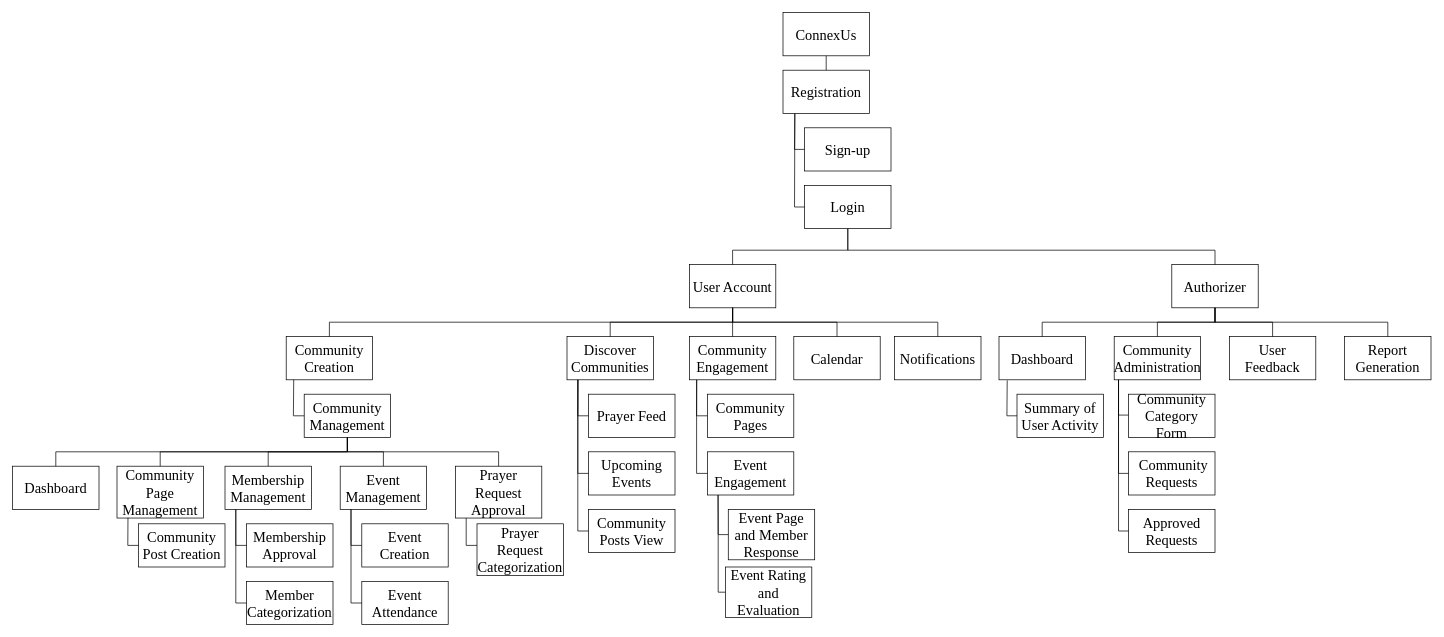
The draw.io diagram page "Decomposition" (2 of 12) of ConnexUs_Chap3.drawio in gvillanueva01/ConnexUs_diagrams, before the edit. Source tidied: cells renumbered, new cells numbered last; positions are measured from the earlier drawing's top-left corner, leaving out a move shared by most shapes. Both pictures are drawn from the tidied source at 72%, with x=0, y=0 at pixel (12, 12).
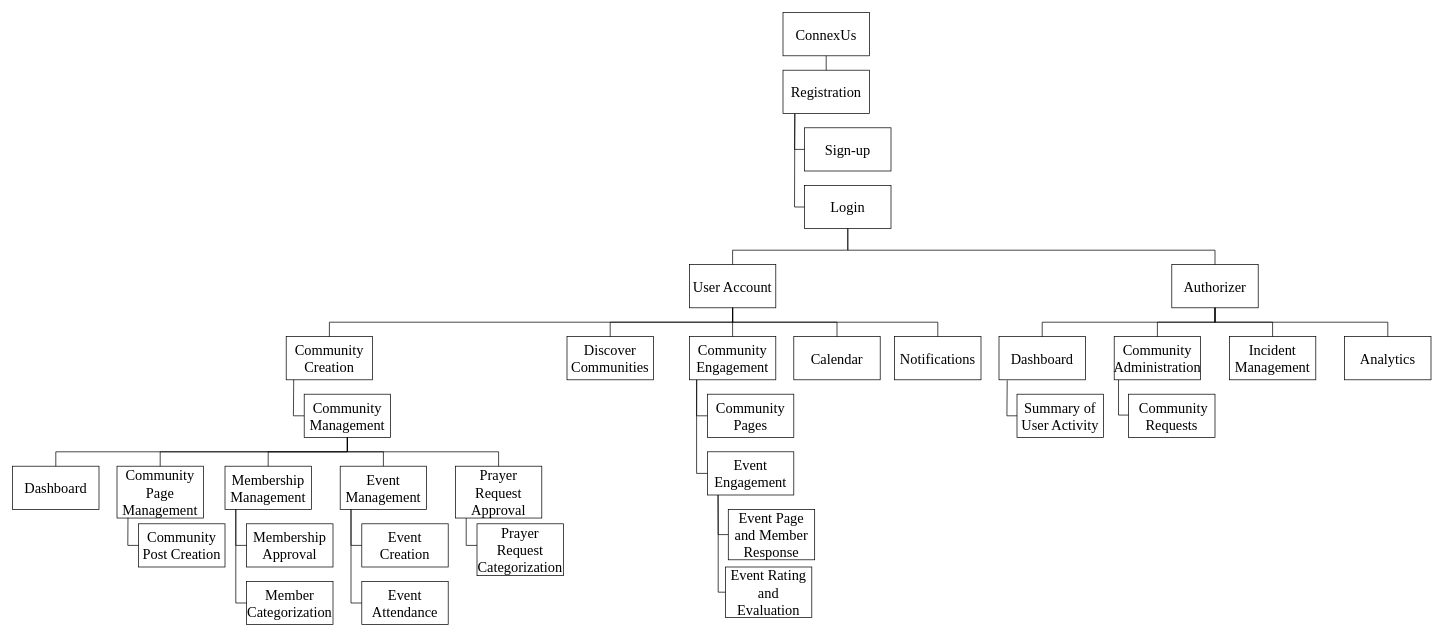
Above is the later version.

Unchanged cells that the change refers to:
```xml
<mxCell id="28" value="Discover Communities" style="rounded=0;whiteSpace=wrap;html=1;fontFamily=Times New Roman;fontSize=20;" parent="1" vertex="1">
  <mxGeometry x="770" y="450" width="120" height="60" as="geometry" />
</mxCell>
```

Diff of the diagram source:
```diff
@@
-    <mxCell id="29" value="Prayer Feed" style="rounded=0;whiteSpace=wrap;html=1;fontFamily=Times New Roman;fontSize=20;" parent="1" vertex="1">
-      <mxGeometry x="800" y="530" width="120" height="60" as="geometry" />
-    </mxCell>
-    <mxCell id="30" value="Upcoming Events" style="rounded=0;whiteSpace=wrap;html=1;fontFamily=Times New Roman;fontSize=20;" parent="1" vertex="1">
-      <mxGeometry x="800" y="610" width="120" height="60" as="geometry" />
-    </mxCell>
@@
-    <mxCell id="33" value="Community Posts View" style="rounded=0;whiteSpace=wrap;html=1;fontFamily=Times New Roman;fontSize=20;" parent="1" vertex="1">
-      <mxGeometry x="800" y="690" width="120" height="60" as="geometry" />
-    </mxCell>
-    <mxCell id="34" value="User Feedback" style="rounded=0;whiteSpace=wrap;html=1;fontFamily=Times New Roman;fontSize=20;" parent="1" vertex="1">
+    <mxCell id="34" value="Incident Management" style="rounded=0;whiteSpace=wrap;html=1;fontFamily=Times New Roman;fontSize=20;" parent="1" vertex="1">
       <mxGeometry x="1690" y="450" width="120" height="60" as="geometry" />
     </mxCell>
@@
     <mxCell id="36" value="&amp;nbsp;Community Requests" style="rounded=0;whiteSpace=wrap;html=1;fontFamily=Times New Roman;fontSize=20;" parent="1" vertex="1">
-      <mxGeometry x="1550" y="610" width="120" height="60" as="geometry" />
+      <mxGeometry x="1550" y="530" width="120" height="60" as="geometry" />
     </mxCell>
-    <mxCell id="37" value="Approved Requests" style="rounded=0;whiteSpace=wrap;html=1;fontFamily=Times New Roman;fontSize=20;" parent="1" vertex="1">
-      <mxGeometry x="1550" y="690" width="120" height="60" as="geometry" />
-    </mxCell>
@@
-    <mxCell id="60" style="endArrow=none;html=1;rounded=0;entryX=0.128;entryY=1.003;entryDx=0;entryDy=0;entryPerimeter=0;exitX=0;exitY=0.5;exitDx=0;exitDy=0;fontSize=20;" parent="1" edge="1" source="29" target="28">
-      <mxGeometry relative="1" as="geometry">
-        <Array as="points">
-          <mxPoint x="785" y="560" />
-        </Array>
-      </mxGeometry>
-    </mxCell>
-    <mxCell id="61" style="endArrow=none;html=1;rounded=0;exitX=0;exitY=0.5;exitDx=0;exitDy=0;fontSize=20;" parent="1" edge="1" source="30">
-      <mxGeometry relative="1" as="geometry">
-        <mxPoint x="785" y="510" as="targetPoint" />
-        <Array as="points">
-          <mxPoint x="785" y="640" />
-        </Array>
-      </mxGeometry>
-    </mxCell>
-    <mxCell id="62" style="endArrow=none;html=1;rounded=0;exitX=0;exitY=0.5;exitDx=0;exitDy=0;fontSize=20;" parent="1" edge="1" source="33">
-      <mxGeometry relative="1" as="geometry">
-        <mxPoint x="785" y="510" as="targetPoint" />
-        <Array as="points">
-          <mxPoint x="785" y="720" />
-        </Array>
-      </mxGeometry>
-    </mxCell>
@@
-    <mxCell id="72" style="endArrow=none;html=1;rounded=0;entryX=0.095;entryY=1.013;entryDx=0;entryDy=0;entryPerimeter=0;exitX=0;exitY=0.5;exitDx=0;exitDy=0;fontSize=20;" parent="1" edge="1" source="36">
-      <mxGeometry relative="1" as="geometry">
-        <mxPoint x="1536" y="510" as="targetPoint" />
-        <Array as="points">
-          <mxPoint x="1536" y="640" />
-          <mxPoint x="1536" y="580" />
-        </Array>
-      </mxGeometry>
-    </mxCell>
-    <mxCell id="73" value="Community Category Form" style="rounded=0;whiteSpace=wrap;html=1;fontFamily=Times New Roman;fontSize=20;" parent="1" vertex="1">
-      <mxGeometry x="1550" y="530" width="120" height="60" as="geometry" />
-    </mxCell>
-    <mxCell id="74" style="endArrow=none;html=1;rounded=0;entryX=0.095;entryY=1.013;entryDx=0;entryDy=0;entryPerimeter=0;exitX=0;exitY=0.5;exitDx=0;exitDy=0;fontSize=20;" parent="1" edge="1" source="37">
-      <mxGeometry relative="1" as="geometry">
-        <mxPoint x="1536" y="510" as="targetPoint" />
-        <Array as="points">
-          <mxPoint x="1536" y="720" />
-          <mxPoint x="1536" y="580" />
-        </Array>
-      </mxGeometry>
-    </mxCell>
-    <mxCell id="75" value="Report Generation" style="rounded=0;whiteSpace=wrap;html=1;fontFamily=Times New Roman;fontSize=20;" parent="1" vertex="1">
+    <mxCell id="75" value="Analytics" style="rounded=0;whiteSpace=wrap;html=1;fontFamily=Times New Roman;fontSize=20;" parent="1" vertex="1">
       <mxGeometry x="1850" y="450" width="120" height="60" as="geometry" />
     </mxCell>
```
